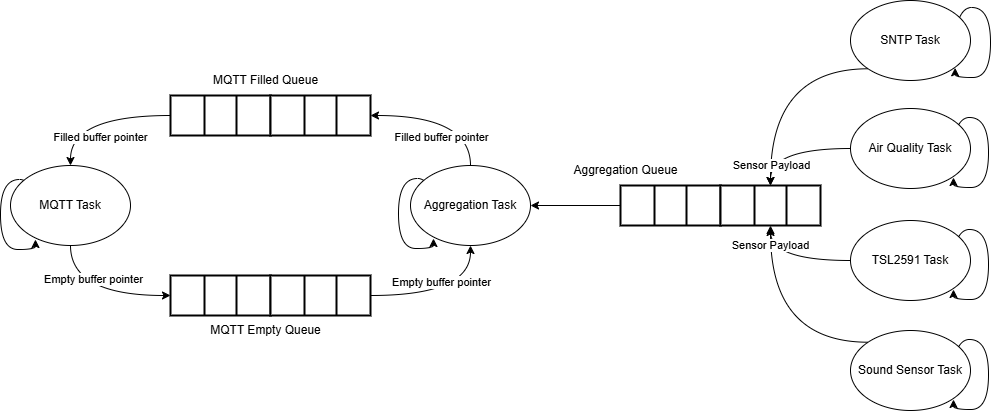
This is images/diagrams/main_system.png from xl9p/IoT-Clock-RoomMonitor, a draw.io export, as it was before one commit. Source tidied: cells renumbered, new cells last; positions are measured from the earlier drawing's top-left corner, leaving out a move shared by most shapes.
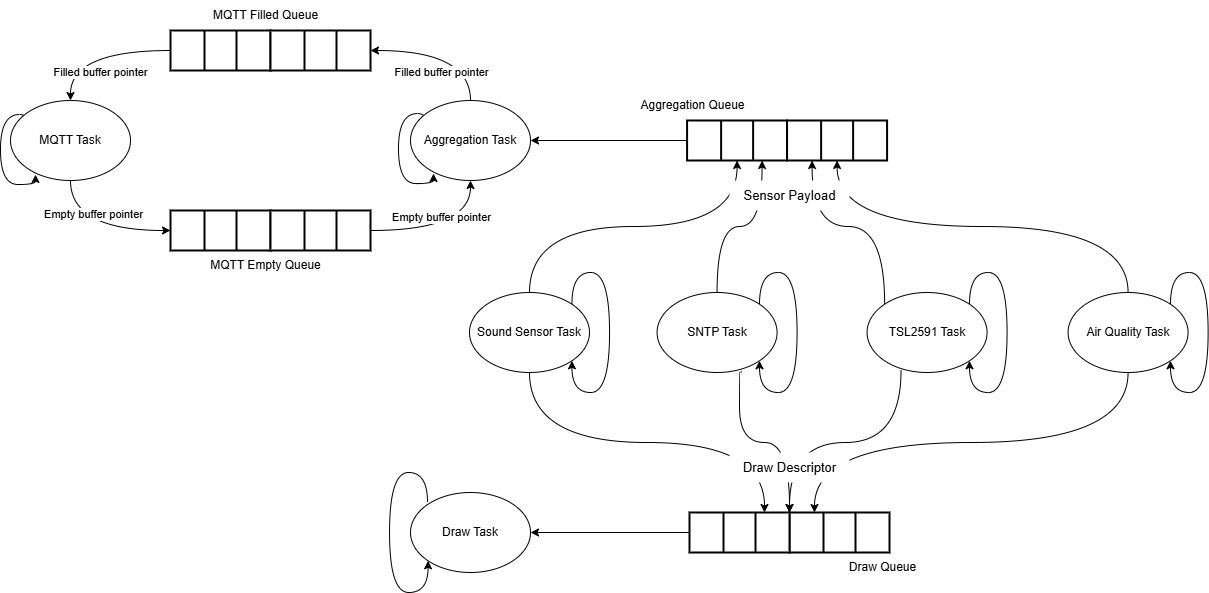
The same diagram one commit later.

The edit, as a diff of the source:
```diff
@@ -2,177 +2,182 @@
   <root>
     <mxCell id="0" />
     <mxCell id="1" parent="0" />
-    <mxCell id="2" style="edgeStyle=orthogonalEdgeStyle;rounded=0;jettySize=auto;html=1;exitX=0;exitY=0;exitDx=0;exitDy=0;curved=1;" parent="1" edge="1" source="31">
+    <mxCell id="2" style="edgeStyle=orthogonalEdgeStyle;rounded=0;orthogonalLoop=1;jettySize=auto;html=1;exitX=1;exitY=1;exitDx=0;exitDy=0;entryX=0.872;entryY=0.842;entryDx=0;entryDy=0;curved=1;entryPerimeter=0;" parent="1" edge="1">
       <mxGeometry relative="1" as="geometry">
-        <mxPoint x="770" y="227" as="targetPoint" />
+        <mxPoint x="-241" y="-60" as="sourcePoint" />
+        <mxPoint x="-244" y="-61" as="targetPoint" />
+        <Array as="points">
+          <mxPoint x="-241" y="-121" />
+          <mxPoint x="-279" y="-121" />
+          <mxPoint x="-279" y="-51" />
+          <mxPoint x="-244" y="-51" />
+        </Array>
       </mxGeometry>
     </mxCell>
     <mxCell id="3" style="edgeStyle=orthogonalEdgeStyle;rounded=0;orthogonalLoop=1;jettySize=auto;html=1;exitX=1;exitY=1;exitDx=0;exitDy=0;entryX=0.872;entryY=0.842;entryDx=0;entryDy=0;curved=1;entryPerimeter=0;" parent="1" edge="1">
       <mxGeometry relative="1" as="geometry">
-        <mxPoint x="38" y="240" as="sourcePoint" />
-        <mxPoint x="35" y="239" as="targetPoint" />
+        <mxPoint x="157" y="-61" as="sourcePoint" />
+        <mxPoint x="154" y="-62" as="targetPoint" />
         <Array as="points">
-          <mxPoint x="38" y="179" />
-          <mxPoint y="179" />
-          <mxPoint y="249" />
-          <mxPoint x="35" y="249" />
+          <mxPoint x="157" y="-122" />
+          <mxPoint x="119" y="-122" />
+          <mxPoint x="119" y="-52" />
+          <mxPoint x="154" y="-52" />
         </Array>
       </mxGeometry>
     </mxCell>
-    <mxCell id="4" style="edgeStyle=orthogonalEdgeStyle;rounded=0;orthogonalLoop=1;jettySize=auto;html=1;exitX=1;exitY=1;exitDx=0;exitDy=0;entryX=0.872;entryY=0.842;entryDx=0;entryDy=0;curved=1;entryPerimeter=0;" parent="1" edge="1">
-      <mxGeometry relative="1" as="geometry">
-        <mxPoint x="436" y="239" as="sourcePoint" />
-        <mxPoint x="433" y="238" as="targetPoint" />
-        <Array as="points">
-          <mxPoint x="436" y="178" />
-          <mxPoint x="398" y="178" />
-          <mxPoint x="398" y="248" />
-          <mxPoint x="433" y="248" />
-        </Array>
-      </mxGeometry>
+    <mxCell id="4" style="edgeStyle=orthogonalEdgeStyle;rounded=0;jettySize=auto;html=1;exitX=0.5;exitY=1;exitDx=0;exitDy=0;entryX=0.5;entryY=0;entryDx=0;entryDy=0;curved=1;" parent="1" edge="1" source="6" target="10">
+      <mxGeometry relative="1" as="geometry" />
     </mxCell>
-    <mxCell id="5" style="edgeStyle=orthogonalEdgeStyle;rounded=0;orthogonalLoop=1;jettySize=auto;html=1;exitX=1;exitY=1;exitDx=0;exitDy=0;entryX=0.872;entryY=0.842;entryDx=0;entryDy=0;curved=1;entryPerimeter=0;" parent="1" edge="1">
-      <mxGeometry relative="1" as="geometry">
-        <mxPoint x="950" y="400" as="sourcePoint" />
-        <mxPoint x="953" y="399" as="targetPoint" />
-        <Array as="points">
-          <mxPoint x="950" y="339" />
-          <mxPoint x="988" y="339" />
-          <mxPoint x="988" y="409" />
-          <mxPoint x="953" y="409" />
-        </Array>
+    <mxCell id="5" value="Filled buffer pointer" style="edgeLabel;html=1;align=center;verticalAlign=middle;" parent="4" vertex="1">
+      <mxGeometry x="0.07" y="15" relative="1" as="geometry">
+        <mxPoint x="10" y="7" as="offset" />
       </mxGeometry>
     </mxCell>
-    <mxCell id="6" style="edgeStyle=orthogonalEdgeStyle;rounded=0;orthogonalLoop=1;jettySize=auto;html=1;exitX=1;exitY=1;exitDx=0;exitDy=0;entryX=0.872;entryY=0.842;entryDx=0;entryDy=0;curved=1;entryPerimeter=0;" parent="1" edge="1">
-      <mxGeometry relative="1" as="geometry">
-        <mxPoint x="950" y="290" as="sourcePoint" />
-        <mxPoint x="953" y="289" as="targetPoint" />
-        <Array as="points">
-          <mxPoint x="950" y="229" />
-          <mxPoint x="988" y="229" />
-          <mxPoint x="988" y="299" />
-          <mxPoint x="953" y="299" />
-        </Array>
-      </mxGeometry>
+    <mxCell id="6" style="strokeWidth=2;html=1;shape=mxgraph.lean_mapping.buffer_or_safety_stock;rotation=90;" parent="1" vertex="1">
+      <mxGeometry x="-79" y="-235" width="40" height="100" as="geometry" />
     </mxCell>
-    <mxCell id="7" style="edgeStyle=orthogonalEdgeStyle;rounded=0;orthogonalLoop=1;jettySize=auto;html=1;exitX=1;exitY=1;exitDx=0;exitDy=0;entryX=0.872;entryY=0.842;entryDx=0;entryDy=0;curved=1;entryPerimeter=0;" parent="1" edge="1">
-      <mxGeometry relative="1" as="geometry">
-        <mxPoint x="950" y="178" as="sourcePoint" />
-        <mxPoint x="953" y="177" as="targetPoint" />
-        <Array as="points">
-          <mxPoint x="950" y="117" />
-          <mxPoint x="988" y="117" />
-          <mxPoint x="988" y="187" />
-          <mxPoint x="953" y="187" />
-        </Array>
-      </mxGeometry>
+    <mxCell id="7" style="strokeWidth=2;html=1;shape=mxgraph.lean_mapping.buffer_or_safety_stock;rotation=90;" parent="1" vertex="1">
+      <mxGeometry x="21" y="-235" width="40" height="100" as="geometry" />
     </mxCell>
-    <mxCell id="8" style="edgeStyle=orthogonalEdgeStyle;rounded=0;jettySize=auto;html=1;exitX=0.5;exitY=1;exitDx=0;exitDy=0;entryX=0.5;entryY=0;entryDx=0;entryDy=0;curved=1;" parent="1" edge="1" source="10" target="14">
+    <mxCell id="8" style="edgeStyle=orthogonalEdgeStyle;rounded=0;jettySize=auto;html=1;exitX=0.5;exitY=1;exitDx=0;exitDy=0;entryX=0.5;entryY=1;entryDx=0;entryDy=0;curved=1;" parent="1" edge="1" source="10" target="14">
       <mxGeometry relative="1" as="geometry" />
     </mxCell>
-    <mxCell id="9" value="Filled buffer pointer" style="edgeLabel;html=1;align=center;verticalAlign=middle;" parent="8" vertex="1">
-      <mxGeometry x="0.07" y="15" relative="1" as="geometry">
-        <mxPoint x="10" y="7" as="offset" />
-      </mxGeometry>
+    <mxCell id="9" value="Empty buffer pointer" style="edgeLabel;html=1;align=center;verticalAlign=middle;" parent="8" vertex="1">
+      <mxGeometry x="-0.04" y="16" relative="1" as="geometry" />
     </mxCell>
-    <mxCell id="10" style="strokeWidth=2;html=1;shape=mxgraph.lean_mapping.buffer_or_safety_stock;rotation=90;" parent="1" vertex="1">
-      <mxGeometry x="200" y="65" width="40" height="100" as="geometry" />
+    <mxCell id="10" value="MQTT Task" style="ellipse;whiteSpace=wrap;html=1;" parent="1" vertex="1">
+      <mxGeometry x="-269" y="-135" width="120" height="80" as="geometry" />
     </mxCell>
-    <mxCell id="11" style="strokeWidth=2;html=1;shape=mxgraph.lean_mapping.buffer_or_safety_stock;rotation=90;" parent="1" vertex="1">
-      <mxGeometry x="300" y="65" width="40" height="100" as="geometry" />
+    <mxCell id="11" style="edgeStyle=orthogonalEdgeStyle;rounded=0;jettySize=auto;html=1;exitX=0.5;exitY=0;exitDx=0;exitDy=0;entryX=0.5;entryY=0;entryDx=0;entryDy=0;curved=1;" parent="1" edge="1" source="13" target="7">
+      <mxGeometry relative="1" as="geometry" />
     </mxCell>
-    <mxCell id="12" style="edgeStyle=orthogonalEdgeStyle;rounded=0;jettySize=auto;html=1;exitX=0.5;exitY=1;exitDx=0;exitDy=0;entryX=0.5;entryY=1;entryDx=0;entryDy=0;curved=1;" parent="1" edge="1" source="14" target="18">
-      <mxGeometry relative="1" as="geometry" />
+    <mxCell id="12" value="Filled buffer pointer" style="edgeLabel;html=1;align=center;verticalAlign=middle;" parent="11" vertex="1">
+      <mxGeometry x="0.05" y="10" relative="1" as="geometry">
+        <mxPoint y="12" as="offset" />
+      </mxGeometry>
     </mxCell>
-    <mxCell id="13" value="Empty buffer pointer" style="edgeLabel;html=1;align=center;verticalAlign=middle;points=[];" parent="12" vertex="1">
-      <mxGeometry x="-0.04" y="16" relative="1" as="geometry" />
+    <mxCell id="13" value="Aggregation Task" style="ellipse;whiteSpace=wrap;html=1;" parent="1" vertex="1">
+      <mxGeometry x="131" y="-135" width="120" height="80" as="geometry" />
     </mxCell>
-    <mxCell id="14" value="MQTT Task" style="ellipse;whiteSpace=wrap;html=1;" parent="1" vertex="1">
-      <mxGeometry x="10" y="165" width="120" height="80" as="geometry" />
+    <mxCell id="14" style="strokeWidth=2;html=1;shape=mxgraph.lean_mapping.buffer_or_safety_stock;rotation=90;" parent="1" vertex="1">
+      <mxGeometry x="-79" y="-55" width="40" height="100" as="geometry" />
     </mxCell>
-    <mxCell id="15" style="edgeStyle=orthogonalEdgeStyle;rounded=0;jettySize=auto;html=1;exitX=0.5;exitY=0;exitDx=0;exitDy=0;entryX=0.5;entryY=0;entryDx=0;entryDy=0;curved=1;" parent="1" edge="1" source="17" target="11">
+    <mxCell id="15" style="edgeStyle=orthogonalEdgeStyle;rounded=0;jettySize=auto;html=1;exitX=0.5;exitY=0;exitDx=0;exitDy=0;entryX=0.5;entryY=1;entryDx=0;entryDy=0;curved=1;" parent="1" edge="1" source="17" target="13">
       <mxGeometry relative="1" as="geometry" />
     </mxCell>
-    <mxCell id="16" value="Filled buffer pointer" style="edgeLabel;html=1;align=center;verticalAlign=middle;" parent="15" vertex="1">
-      <mxGeometry x="0.05" y="10" relative="1" as="geometry">
-        <mxPoint y="12" as="offset" />
+    <mxCell id="16" value="Empty buffer pointer" style="edgeLabel;html=1;align=center;verticalAlign=middle;" parent="15" vertex="1">
+      <mxGeometry x="-0.27" y="5" relative="1" as="geometry">
+        <mxPoint x="16" y="-8" as="offset" />
       </mxGeometry>
     </mxCell>
-    <mxCell id="17" value="Aggregation Task" style="ellipse;whiteSpace=wrap;html=1;" parent="1" vertex="1">
-      <mxGeometry x="410" y="165" width="120" height="80" as="geometry" />
+    <mxCell id="17" style="strokeWidth=2;html=1;shape=mxgraph.lean_mapping.buffer_or_safety_stock;rotation=90;" parent="1" vertex="1">
+      <mxGeometry x="21" y="-55" width="40" height="100" as="geometry" />
     </mxCell>
-    <mxCell id="18" style="strokeWidth=2;html=1;shape=mxgraph.lean_mapping.buffer_or_safety_stock;rotation=90;" parent="1" vertex="1">
-      <mxGeometry x="200" y="245" width="40" height="100" as="geometry" />
+    <mxCell id="18" style="edgeStyle=orthogonalEdgeStyle;rounded=0;jettySize=auto;html=1;exitX=0.5;exitY=0;exitDx=0;exitDy=0;entryX=1;entryY=0.25;entryDx=0;entryDy=0;curved=1;" parent="1" edge="1" source="20" target="31">
+      <mxGeometry relative="1" as="geometry" />
     </mxCell>
-    <mxCell id="19" style="edgeStyle=orthogonalEdgeStyle;rounded=0;jettySize=auto;html=1;exitX=0.5;exitY=0;exitDx=0;exitDy=0;entryX=0.5;entryY=1;entryDx=0;entryDy=0;curved=1;" parent="1" edge="1" source="21" target="17">
-      <mxGeometry relative="1" as="geometry" />
+    <mxCell id="19" style="edgeStyle=orthogonalEdgeStyle;rounded=0;jettySize=auto;html=1;exitX=0.7;exitY=0.986;exitDx=0;exitDy=0;entryX=0;entryY=1;entryDx=0;entryDy=0;exitPerimeter=0;curved=1;" parent="1" edge="1" source="20" target="37">
+      <mxGeometry relative="1" as="geometry">
+        <Array as="points">
+          <mxPoint x="462" y="137" />
+          <mxPoint x="460" y="137" />
+          <mxPoint x="460" y="207" />
+          <mxPoint x="510" y="207" />
+        </Array>
+      </mxGeometry>
     </mxCell>
-    <mxCell id="20" value="Empty buffer pointer" style="edgeLabel;html=1;align=center;verticalAlign=middle;points=[];" parent="19" vertex="1">
-      <mxGeometry x="-0.27" y="5" relative="1" as="geometry">
-        <mxPoint x="16" y="-8" as="offset" />
-      </mxGeometry>
+    <mxCell id="20" value="SNTP Task" style="ellipse;whiteSpace=wrap;html=1;" parent="1" vertex="1">
+      <mxGeometry x="377.6" y="57" width="120" height="80" as="geometry" />
     </mxCell>
-    <mxCell id="21" style="strokeWidth=2;html=1;shape=mxgraph.lean_mapping.buffer_or_safety_stock;rotation=90;" parent="1" vertex="1">
-      <mxGeometry x="300" y="245" width="40" height="100" as="geometry" />
+    <mxCell id="21" style="edgeStyle=orthogonalEdgeStyle;rounded=0;jettySize=auto;html=1;exitX=0.5;exitY=0;exitDx=0;exitDy=0;entryX=1;entryY=0.5;entryDx=0;entryDy=0;curved=1;" parent="1" edge="1" source="23" target="32">
+      <mxGeometry relative="1" as="geometry" />
     </mxCell>
-    <mxCell id="22" style="edgeStyle=orthogonalEdgeStyle;rounded=0;orthogonalLoop=1;jettySize=auto;html=1;exitX=1;exitY=1;exitDx=0;exitDy=0;entryX=0.872;entryY=0.842;entryDx=0;entryDy=0;curved=1;entryPerimeter=0;" parent="1" edge="1" source="24" target="24">
-      <mxGeometry relative="1" as="geometry">
-        <Array as="points">
-          <mxPoint x="952" y="7" />
-          <mxPoint x="990" y="7" />
-          <mxPoint x="990" y="77" />
-          <mxPoint x="955" y="77" />
-        </Array>
-      </mxGeometry>
+    <mxCell id="22" style="edgeStyle=orthogonalEdgeStyle;rounded=0;jettySize=auto;html=1;exitX=0.5;exitY=1;exitDx=0;exitDy=0;entryX=0;entryY=0.75;entryDx=0;entryDy=0;curved=1;" parent="1" edge="1" source="23" target="37">
+      <mxGeometry relative="1" as="geometry" />
     </mxCell>
-    <mxCell id="23" style="edgeStyle=orthogonalEdgeStyle;rounded=0;jettySize=auto;html=1;exitX=0;exitY=1;exitDx=0;exitDy=0;entryX=0;entryY=0.5;entryDx=0;entryDy=0;curved=1;" parent="1" edge="1" source="24" target="34">
-      <mxGeometry relative="1" as="geometry" />
+    <mxCell id="23" value="Air Quality Task" style="ellipse;whiteSpace=wrap;html=1;" parent="1" vertex="1">
+      <mxGeometry x="788.6" y="57" width="120" height="80" as="geometry" />
     </mxCell>
-    <mxCell id="24" value="SNTP Task" style="ellipse;whiteSpace=wrap;html=1;" parent="1" vertex="1">
-      <mxGeometry x="850" width="120" height="80" as="geometry" />
+    <mxCell id="24" style="edgeStyle=orthogonalEdgeStyle;rounded=0;jettySize=auto;html=1;exitX=0;exitY=0;exitDx=0;exitDy=0;entryX=1;entryY=0.75;entryDx=0;entryDy=0;curved=1;" parent="1" edge="1" source="26" target="32">
+      <mxGeometry relative="1" as="geometry" />
     </mxCell>
-    <mxCell id="25" style="edgeStyle=orthogonalEdgeStyle;rounded=0;jettySize=auto;html=1;exitX=0;exitY=0.5;exitDx=0;exitDy=0;entryX=0;entryY=0.5;entryDx=0;entryDy=0;curved=1;" parent="1" edge="1" source="27" target="34">
+    <mxCell id="25" style="edgeStyle=orthogonalEdgeStyle;rounded=0;jettySize=auto;html=1;exitX=0.283;exitY=0.974;exitDx=0;exitDy=0;entryX=0;entryY=1;entryDx=0;entryDy=0;exitPerimeter=0;curved=1;" parent="1" edge="1" source="26" target="37">
       <mxGeometry relative="1" as="geometry" />
     </mxCell>
-    <mxCell id="26" value="Sensor Payload" style="edgeLabel;html=1;align=center;verticalAlign=middle;points=[];" parent="25" vertex="1">
-      <mxGeometry x="-0.03" y="6" relative="1" as="geometry">
-        <mxPoint x="-23" y="11" as="offset" />
-      </mxGeometry>
+    <mxCell id="26" value="TSL2591 Task" style="ellipse;whiteSpace=wrap;html=1;" parent="1" vertex="1">
+      <mxGeometry x="587.6" y="57" width="120" height="80" as="geometry" />
     </mxCell>
-    <mxCell id="27" value="Air Quality Task" style="ellipse;whiteSpace=wrap;html=1;" parent="1" vertex="1">
-      <mxGeometry x="850" y="108" width="120" height="80" as="geometry" />
+    <mxCell id="27" style="edgeStyle=orthogonalEdgeStyle;rounded=0;jettySize=auto;html=1;exitX=0.5;exitY=0;exitDx=0;exitDy=0;entryX=1;entryY=0.5;entryDx=0;entryDy=0;curved=1;" parent="1" edge="1" source="29" target="31">
+      <mxGeometry relative="1" as="geometry" />
     </mxCell>
-    <mxCell id="28" style="edgeStyle=orthogonalEdgeStyle;rounded=0;jettySize=auto;html=1;exitX=0;exitY=0.5;exitDx=0;exitDy=0;entryX=1;entryY=0.5;entryDx=0;entryDy=0;curved=1;" parent="1" edge="1" source="30" target="34">
+    <mxCell id="28" style="edgeStyle=orthogonalEdgeStyle;rounded=0;jettySize=auto;html=1;exitX=0.5;exitY=1;exitDx=0;exitDy=0;entryX=0;entryY=0.25;entryDx=0;entryDy=0;curved=1;" parent="1" edge="1" source="29" target="39">
       <mxGeometry relative="1" as="geometry" />
     </mxCell>
-    <mxCell id="29" value="Sensor Payload" style="edgeLabel;html=1;align=center;verticalAlign=middle;points=[];" parent="28" vertex="1">
-      <mxGeometry x="0.04" y="-7" relative="1" as="geometry">
-        <mxPoint x="-20" y="-8" as="offset" />
-      </mxGeometry>
+    <mxCell id="29" value="Sound Sensor Task" style="ellipse;whiteSpace=wrap;html=1;" parent="1" vertex="1">
+      <mxGeometry x="190" y="57" width="120" height="80" as="geometry" />
     </mxCell>
-    <mxCell id="30" value="TSL2591 Task" style="ellipse;whiteSpace=wrap;html=1;" parent="1" vertex="1">
-      <mxGeometry x="850" y="220" width="120" height="80" as="geometry" />
+    <mxCell id="30" style="edgeStyle=orthogonalEdgeStyle;rounded=0;jettySize=auto;html=1;exitX=0.5;exitY=1;exitDx=0;exitDy=0;entryX=1;entryY=0.5;entryDx=0;entryDy=0;" parent="1" edge="1" source="31" target="13">
+      <mxGeometry relative="1" as="geometry" />
     </mxCell>
-    <mxCell id="31" value="Sound Sensor Task" style="ellipse;whiteSpace=wrap;html=1;" parent="1" vertex="1">
-      <mxGeometry x="850" y="330" width="120" height="80" as="geometry" />
+    <mxCell id="31" style="strokeWidth=2;html=1;shape=mxgraph.lean_mapping.buffer_or_safety_stock;rotation=90;" parent="1" vertex="1">
+      <mxGeometry x="437.6" y="-145" width="40" height="100" as="geometry" />
     </mxCell>
-    <mxCell id="32" style="edgeStyle=orthogonalEdgeStyle;rounded=0;jettySize=auto;html=1;exitX=0.5;exitY=1;exitDx=0;exitDy=0;entryX=1;entryY=0.5;entryDx=0;entryDy=0;" parent="1" edge="1" source="33" target="17">
-      <mxGeometry relative="1" as="geometry" />
+    <mxCell id="32" style="strokeWidth=2;html=1;shape=mxgraph.lean_mapping.buffer_or_safety_stock;rotation=90;" parent="1" vertex="1">
+      <mxGeometry x="537.6" y="-145" width="40" height="100" as="geometry" />
     </mxCell>
-    <mxCell id="33" style="strokeWidth=2;html=1;shape=mxgraph.lean_mapping.buffer_or_safety_stock;rotation=90;" parent="1" vertex="1">
-      <mxGeometry x="650" y="155" width="40" height="100" as="geometry" />
+    <mxCell id="33" value="Aggregation Queue" style="text;html=1;align=center;verticalAlign=middle;points=[];strokeColor=none;fillColor=none;" parent="1" vertex="1">
+      <mxGeometry x="347.6" y="-145" width="130" height="30" as="geometry" />
     </mxCell>
-    <mxCell id="34" style="strokeWidth=2;html=1;shape=mxgraph.lean_mapping.buffer_or_safety_stock;rotation=90;" parent="1" vertex="1">
-      <mxGeometry x="750" y="155" width="40" height="100" as="geometry" />
+    <mxCell id="34" value="MQTT Filled Queue" style="text;html=1;align=center;verticalAlign=middle;points=[];strokeColor=none;fillColor=none;" parent="1" vertex="1">
+      <mxGeometry x="-79" y="-235" width="130" height="30" as="geometry" />
     </mxCell>
-    <mxCell id="35" value="Aggregation Queue" style="text;html=1;align=center;verticalAlign=middle;strokeColor=none;fillColor=none;" parent="1" vertex="1">
-      <mxGeometry x="560" y="155" width="130" height="30" as="geometry" />
+    <mxCell id="35" value="MQTT Empty Queue" style="text;html=1;align=center;verticalAlign=middle;strokeColor=none;fillColor=none;" parent="1" vertex="1">
+      <mxGeometry x="-79" y="15" width="130" height="30" as="geometry" />
     </mxCell>
-    <mxCell id="36" value="MQTT Filled Queue" style="text;html=1;align=center;verticalAlign=middle;strokeColor=none;fillColor=none;" parent="1" vertex="1">
-      <mxGeometry x="200" y="65" width="130" height="30" as="geometry" />
+    <mxCell id="36" value="&lt;font style=&quot;font-size: 13px;&quot;&gt;Sensor Payload&lt;/font&gt;" style="text;html=1;align=center;verticalAlign=middle;strokeColor=none;fillColor=default;" parent="1" vertex="1">
+      <mxGeometry x="450" y="-55" width="120" height="30" as="geometry" />
     </mxCell>
-    <mxCell id="37" value="MQTT Empty Queue" style="text;html=1;align=center;verticalAlign=middle;points=[];strokeColor=none;fillColor=none;" parent="1" vertex="1">
-      <mxGeometry x="200" y="315" width="130" height="30" as="geometry" />
+    <mxCell id="37" style="strokeWidth=2;html=1;shape=mxgraph.lean_mapping.buffer_or_safety_stock;rotation=90;" parent="1" vertex="1">
+      <mxGeometry x="540" y="247" width="40" height="100" as="geometry" />
     </mxCell>
+    <mxCell id="38" style="edgeStyle=orthogonalEdgeStyle;rounded=0;jettySize=auto;html=1;exitX=0.5;exitY=1;exitDx=0;exitDy=0;entryX=1;entryY=0.5;entryDx=0;entryDy=0;" parent="1" edge="1" source="39" target="46">
+      <mxGeometry relative="1" as="geometry" />
+    </mxCell>
+    <mxCell id="39" style="strokeWidth=2;html=1;shape=mxgraph.lean_mapping.buffer_or_safety_stock;rotation=90;" parent="1" vertex="1">
+      <mxGeometry x="440" y="247" width="40" height="100" as="geometry" />
+    </mxCell>
+    <mxCell id="40" style="edgeStyle=orthogonalEdgeStyle;rounded=0;orthogonalLoop=1;jettySize=auto;html=1;exitX=1;exitY=0;exitDx=0;exitDy=0;entryX=1;entryY=1;entryDx=0;entryDy=0;curved=1;" parent="1" edge="1" source="26" target="26">
+      <mxGeometry relative="1" as="geometry" />
+    </mxCell>
+    <mxCell id="41" style="edgeStyle=orthogonalEdgeStyle;rounded=0;orthogonalLoop=1;jettySize=auto;html=1;exitX=1;exitY=0;exitDx=0;exitDy=0;entryX=1;entryY=1;entryDx=0;entryDy=0;curved=1;" parent="1" edge="1" source="23" target="23">
+      <mxGeometry relative="1" as="geometry" />
+    </mxCell>
+    <mxCell id="42" style="edgeStyle=orthogonalEdgeStyle;rounded=0;orthogonalLoop=1;jettySize=auto;html=1;exitX=1;exitY=0;exitDx=0;exitDy=0;entryX=1;entryY=1;entryDx=0;entryDy=0;curved=1;" parent="1" edge="1" source="20" target="20">
+      <mxGeometry relative="1" as="geometry" />
+    </mxCell>
+    <mxCell id="43" style="edgeStyle=orthogonalEdgeStyle;rounded=0;orthogonalLoop=1;jettySize=auto;html=1;exitX=1;exitY=0;exitDx=0;exitDy=0;entryX=1;entryY=1;entryDx=0;entryDy=0;curved=1;" parent="1" edge="1" source="29" target="29">
+      <mxGeometry relative="1" as="geometry" />
+    </mxCell>
+    <mxCell id="44" value="Draw Queue" style="text;html=1;align=center;verticalAlign=middle;strokeColor=none;fillColor=none;" parent="1" vertex="1">
+      <mxGeometry x="557.6" y="317" width="90" height="30" as="geometry" />
+    </mxCell>
+    <mxCell id="45" value="&lt;font style=&quot;font-size: 13px;&quot;&gt;Draw Descriptor&lt;/font&gt;" style="text;html=1;align=center;verticalAlign=middle;strokeColor=none;fillColor=default;" parent="1" vertex="1">
+      <mxGeometry x="450" y="217" width="120" height="30" as="geometry" />
+    </mxCell>
+    <mxCell id="46" value="Draw Task" style="ellipse;whiteSpace=wrap;html=1;" parent="1" vertex="1">
+      <mxGeometry x="131" y="257" width="120" height="80" as="geometry" />
+    </mxCell>
+    <mxCell id="47" style="edgeStyle=orthogonalEdgeStyle;rounded=0;jettySize=auto;html=1;entryX=0;entryY=1;entryDx=0;entryDy=0;curved=1;" parent="1" edge="1" target="46">
+      <mxGeometry relative="1" as="geometry">
+        <mxPoint x="148" y="267" as="sourcePoint" />
+        <Array as="points">
+          <mxPoint x="148" y="237" />
+          <mxPoint x="110" y="237" />
+          <mxPoint x="110" y="357" />
+          <mxPoint x="149" y="357" />
+        </Array>
+      </mxGeometry>
+    </mxCell>
   </root>
 </mxGraphModel>
```
